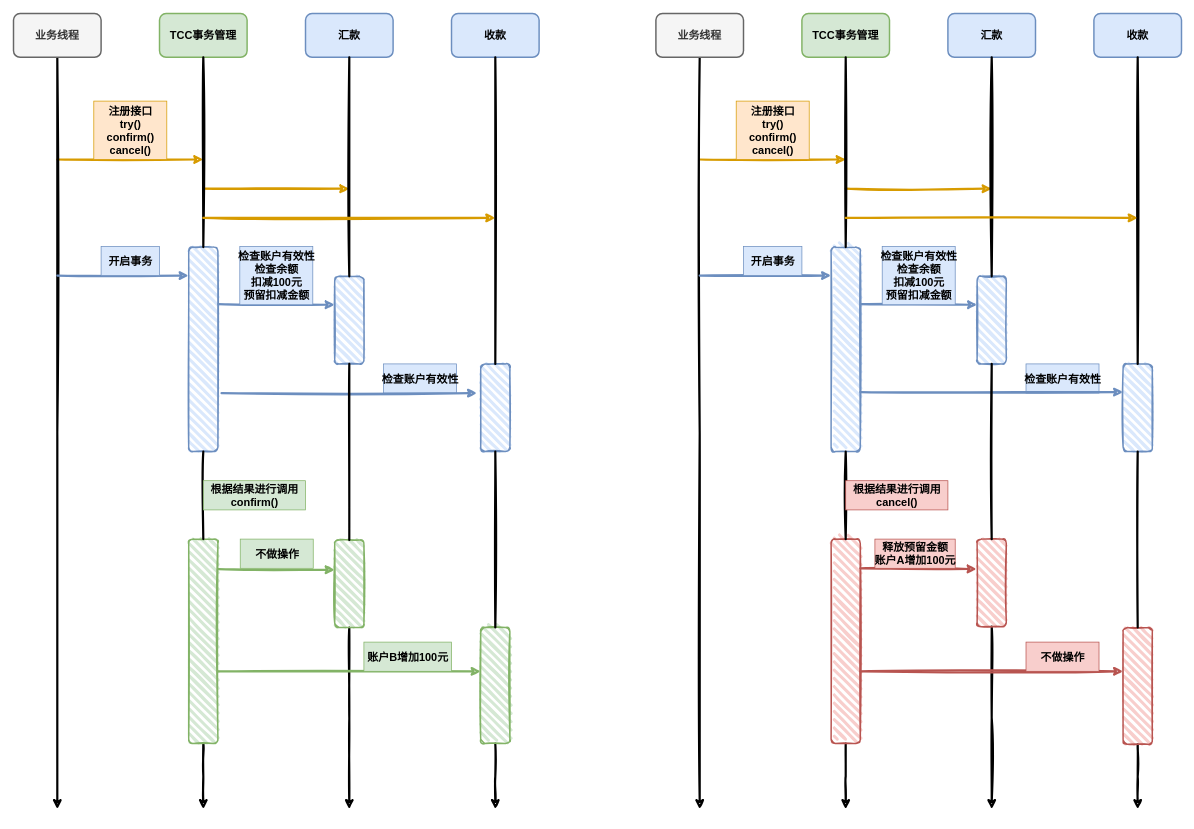
The draw.io diagram distributed/tcc-1.drawio in donscoco/diagrams, before the edit. Source tidied: cells renumbered, new cells numbered last; positions are measured from the earlier drawing's top-left corner, leaving out a move shared by most shapes. Both pictures are drawn from the tidied source at 73%, with x=0, y=0 at pixel (13, 13).
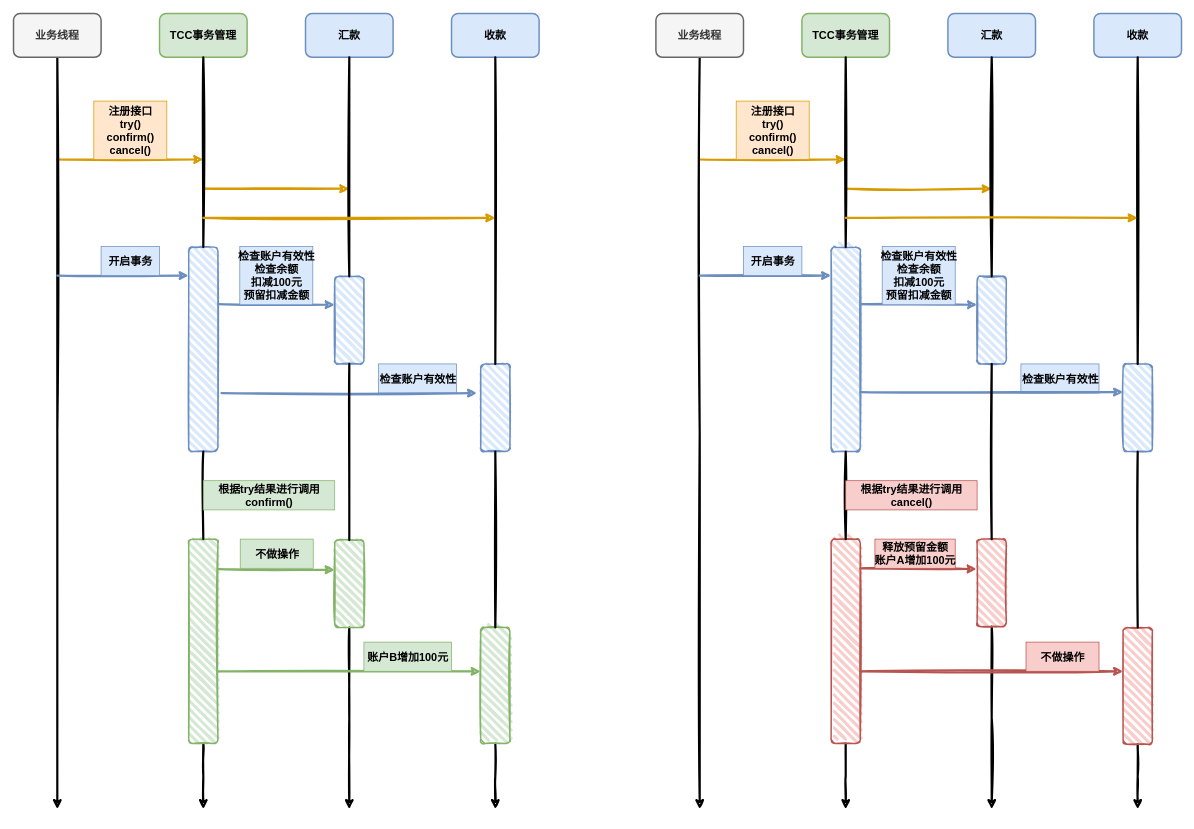
The same diagram, later.

The edit, as a diff of the source:
```diff
@@
     <mxCell id="23" value="检查账户有效性" style="text;strokeColor=#6c8ebf;fillColor=#dae8fc;html=1;fontSize=15;fontStyle=1;verticalAlign=middle;align=center;sketch=0;" parent="1" vertex="1">
-      <mxGeometry x="507" y="480" width="100" height="40" as="geometry" />
+      <mxGeometry x="500" y="480" width="107" height="40" as="geometry" />
     </mxCell>
@@
-    <mxCell id="27" value="根据结果进行调用&lt;br&gt;confirm()" style="text;strokeColor=#82b366;fillColor=#d5e8d4;html=1;fontSize=15;fontStyle=1;verticalAlign=middle;align=center;" parent="1" vertex="1">
-      <mxGeometry x="260" y="640" width="140" height="40" as="geometry" />
+    <mxCell id="27" value="根据try结果进行调用&lt;br&gt;confirm()" style="text;strokeColor=#82b366;fillColor=#d5e8d4;html=1;fontSize=15;fontStyle=1;verticalAlign=middle;align=center;" parent="1" vertex="1">
+      <mxGeometry x="260" y="640" width="180" height="40" as="geometry" />
     </mxCell>
@@
     <mxCell id="57" value="检查账户有效性" style="text;strokeColor=#6c8ebf;fillColor=#dae8fc;html=1;fontSize=15;fontStyle=1;verticalAlign=middle;align=center;sketch=0;" parent="1" vertex="1">
-      <mxGeometry x="1387" y="480" width="100" height="40" as="geometry" />
+      <mxGeometry x="1380" y="480" width="107" height="40" as="geometry" />
     </mxCell>
@@
-    <mxCell id="61" value="根据结果进行调用&lt;br&gt;cancel()" style="text;strokeColor=#b85450;fillColor=#f8cecc;html=1;fontSize=15;fontStyle=1;verticalAlign=middle;align=center;" parent="1" vertex="1">
-      <mxGeometry x="1140" y="640" width="140" height="40" as="geometry" />
+    <mxCell id="61" value="根据try结果进行调用&lt;br&gt;cancel()" style="text;strokeColor=#b85450;fillColor=#f8cecc;html=1;fontSize=15;fontStyle=1;verticalAlign=middle;align=center;" parent="1" vertex="1">
+      <mxGeometry x="1140" y="640" width="180" height="40" as="geometry" />
     </mxCell>
```
